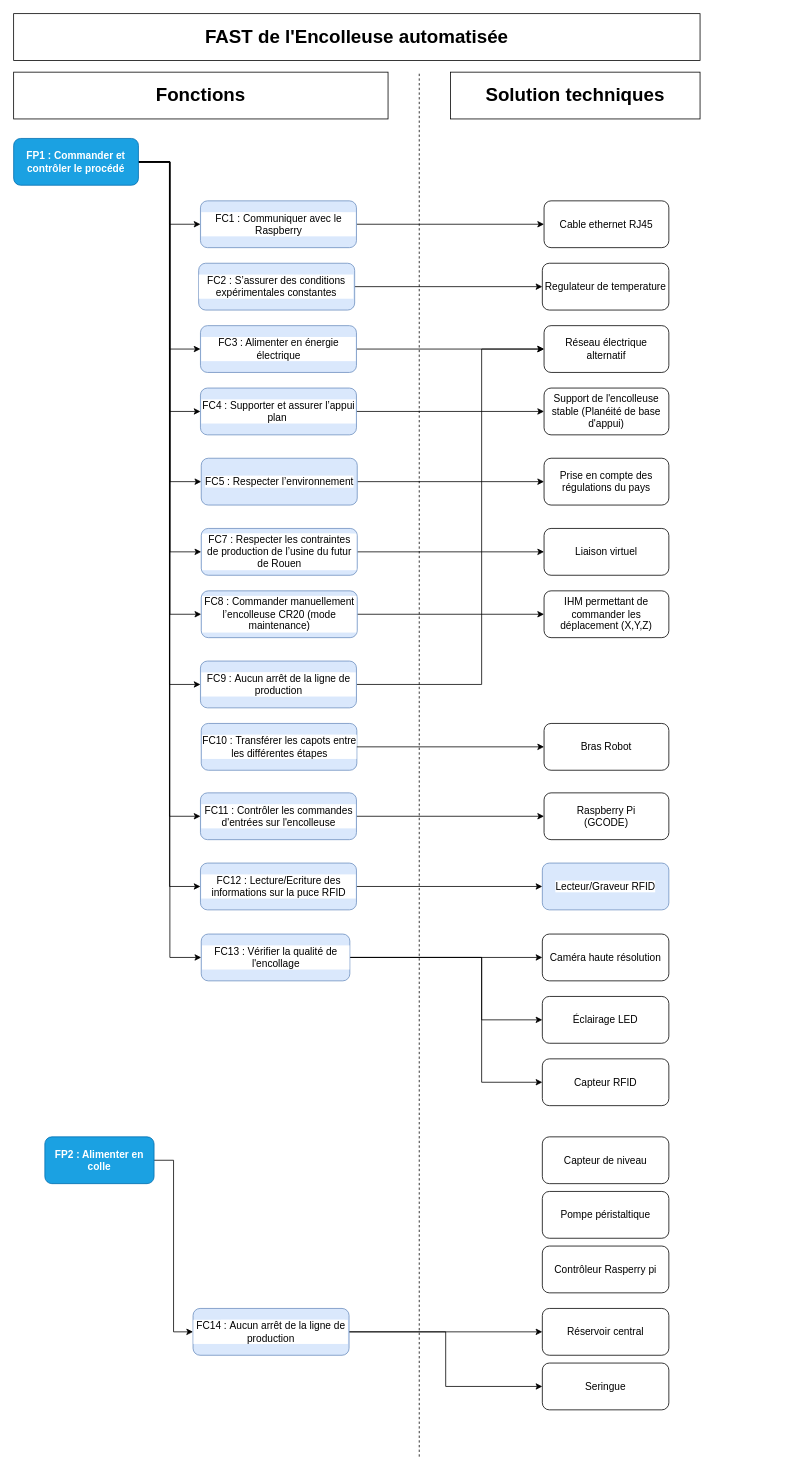
This is FAST DIAGRAM/Diagramme_FAST.drawio from CharifMah/Systemes_automatises, a draw.io file, before an edit. Source tidied: cells renumbered, new cells numbered last; positions are measured from the earlier drawing's top-left corner, leaving out a move shared by most shapes. Both pictures are drawn from the tidied source at 78%, with x=0, y=0 at pixel (13, 13).
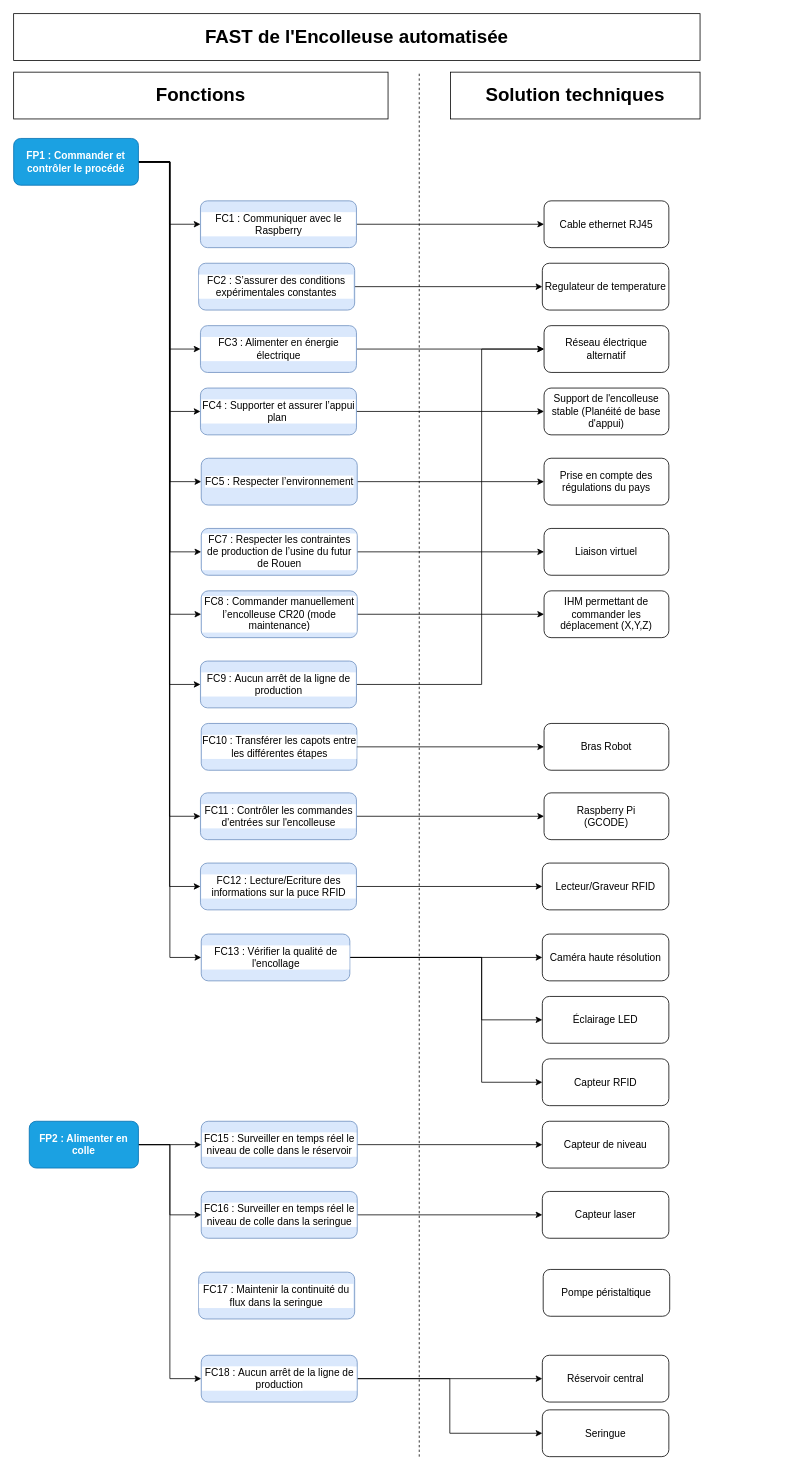
The same diagram, later.

Commit message (it also covers changes not shown here):
Mettre à jour Diagramme_FAST.drawio

The edit, as a diff of the source:
```diff
@@
     <mxCell id="21" value="Capteur de niveau" style="rounded=1;whiteSpace=wrap;html=1;fontFamily=Helvetica;fontSize=13;" parent="1" vertex="1">
-      <mxGeometry x="677.8" y="1440" width="162.2" height="60" as="geometry" />
+      <mxGeometry x="677.8" y="1420" width="162.2" height="60" as="geometry" />
     </mxCell>
@@
     <mxCell id="24" value="Réservoir central" style="rounded=1;whiteSpace=wrap;html=1;fontFamily=Helvetica;fontSize=13;" parent="1" vertex="1">
-      <mxGeometry x="677.8" y="1660" width="162.2" height="60" as="geometry" />
+      <mxGeometry x="677.8" y="1720" width="162.2" height="60" as="geometry" />
     </mxCell>
     <mxCell id="25" value="Pompe péristaltique" style="rounded=1;whiteSpace=wrap;html=1;fontFamily=Helvetica;fontSize=13;" parent="1" vertex="1">
-      <mxGeometry x="677.8" y="1510" width="162.2" height="60" as="geometry" />
+      <mxGeometry x="678.9" y="1610" width="162.2" height="60" as="geometry" />
     </mxCell>
-    <mxCell id="26" value="Contrôleur Rasperry pi" style="rounded=1;whiteSpace=wrap;html=1;fontFamily=Helvetica;fontSize=13;" parent="1" vertex="1">
-      <mxGeometry x="677.8" y="1580" width="162.2" height="60" as="geometry" />
-    </mxCell>
@@
+    <mxCell id="67" style="edgeStyle=orthogonalEdgeStyle;rounded=0;jettySize=auto;html=1;entryX=0;entryY=0.5;entryDx=0;entryDy=0;" parent="1" edge="1" source="34" target="70">
+      <mxGeometry relative="1" as="geometry" />
+    </mxCell>
+    <mxCell id="68" style="edgeStyle=orthogonalEdgeStyle;rounded=0;jettySize=auto;html=1;entryX=0;entryY=0.5;entryDx=0;entryDy=0;" parent="1" edge="1" source="34" target="73">
+      <mxGeometry relative="1" as="geometry" />
+    </mxCell>
-    <mxCell id="33" style="edgeStyle=orthogonalEdgeStyle;rounded=0;jettySize=auto;html=1;entryX=0;entryY=0.5;entryDx=0;entryDy=0;fontSize=13;" parent="1" edge="1" source="34" target="59">
+    <mxCell id="33" style="edgeStyle=orthogonalEdgeStyle;rounded=0;jettySize=auto;html=1;entryX=0;entryY=0.5;entryDx=0;entryDy=0;" parent="1" edge="1" source="34" target="59">
       <mxGeometry relative="1" as="geometry" />
     </mxCell>
     <mxCell id="34" value="&lt;span&gt;&lt;font style=&quot;color: rgb(255, 255, 255);&quot;&gt;FP2 : Alimenter en colle&lt;/font&gt;&lt;/span&gt;" style="rounded=1;whiteSpace=wrap;html=1;fillColor=#1ba1e2;fontColor=#ffffff;strokeColor=#006EAF;fontFamily=Helvetica;fontSize=13;fontStyle=1;" parent="1" vertex="1">
-      <mxGeometry x="40" y="1440" width="140" height="60" as="geometry" />
+      <mxGeometry x="20" y="1420" width="140" height="60" as="geometry" />
     </mxCell>
@@
-    <mxCell id="59" value="&lt;div&gt;&lt;font&gt;FC14&lt;/font&gt;&lt;span style=&quot;color: light-dark(rgb(0, 0, 0), rgb(255, 255, 255)); background-color: light-dark(#ffffff, var(--ge-dark-color, #121212));&quot;&gt;&amp;nbsp;:&amp;nbsp;&lt;/span&gt;&lt;span style=&quot;color: light-dark(rgb(0, 0, 0), rgb(255, 255, 255)); background-color: light-dark(#ffffff, var(--ge-dark-color, #121212));&quot;&gt;Aucun arrêt de la ligne de production&lt;/span&gt;&lt;/div&gt;" style="rounded=1;whiteSpace=wrap;html=1;labelBackgroundColor=default;labelBorderColor=none;textShadow=0;fillColor=#dae8fc;strokeColor=#6c8ebf;fontFamily=Helvetica;fontSize=13;" parent="1" vertex="1">
-      <mxGeometry x="230" y="1660" width="200" height="60" as="geometry" />
+    <mxCell id="59" value="&lt;div&gt;&lt;font&gt;FC18&lt;/font&gt;&lt;span style=&quot;color: light-dark(rgb(0, 0, 0), rgb(255, 255, 255)); background-color: light-dark(#ffffff, var(--ge-dark-color, #121212));&quot;&gt;&amp;nbsp;:&amp;nbsp;&lt;/span&gt;&lt;span style=&quot;color: light-dark(rgb(0, 0, 0), rgb(255, 255, 255)); background-color: light-dark(#ffffff, var(--ge-dark-color, #121212));&quot;&gt;Aucun arrêt de la ligne de production&lt;/span&gt;&lt;/div&gt;" style="rounded=1;whiteSpace=wrap;html=1;labelBackgroundColor=default;labelBorderColor=none;textShadow=0;fillColor=#dae8fc;strokeColor=#6c8ebf;fontFamily=Helvetica;fontSize=13;" parent="1" vertex="1">
+      <mxGeometry x="240.5" y="1720" width="200" height="60" as="geometry" />
     </mxCell>
     <mxCell id="60" value="Seringue" style="rounded=1;whiteSpace=wrap;html=1;fontFamily=Helvetica;fontSize=13;" parent="1" vertex="1">
-      <mxGeometry x="677.8" y="1730" width="162.2" height="60" as="geometry" />
+      <mxGeometry x="677.8" y="1790" width="162.2" height="60" as="geometry" />
     </mxCell>
@@
-    <mxCell id="66" value="&lt;span&gt;Lecteur/Graveur RFID&lt;/span&gt;" style="rounded=1;whiteSpace=wrap;html=1;labelBackgroundColor=default;labelBorderColor=none;textShadow=0;fillColor=#dae8fc;strokeColor=#6c8ebf;fontFamily=Helvetica;fontSize=13;fontStyle=0;" parent="1" vertex="1">
+    <mxCell id="66" value="Lecteur/Graveur RFID" style="rounded=1;whiteSpace=wrap;html=1;labelBackgroundColor=default;labelBorderColor=none;textShadow=0;fontFamily=Helvetica;fontSize=13;fontStyle=0;" parent="1" vertex="1">
       <mxGeometry x="677.8" y="1089" width="162.2" height="60" as="geometry" />
     </mxCell>
+    <mxCell id="69" style="edgeStyle=orthogonalEdgeStyle;rounded=0;jettySize=auto;html=1;entryX=0;entryY=0.5;entryDx=0;entryDy=0;" parent="1" edge="1" source="70" target="21">
+      <mxGeometry relative="1" as="geometry" />
+    </mxCell>
+    <mxCell id="70" value="&lt;div&gt;&lt;font&gt;FC15&lt;/font&gt;&lt;span style=&quot;color: light-dark(rgb(0, 0, 0), rgb(255, 255, 255)); background-color: light-dark(#ffffff, var(--ge-dark-color, #121212));&quot;&gt;&amp;nbsp;:&amp;nbsp;&lt;/span&gt;&lt;span style=&quot;color: light-dark(rgb(0, 0, 0), rgb(255, 255, 255)); background-color: light-dark(#ffffff, var(--ge-dark-color, #121212));&quot;&gt;Surveiller en temps réel le niveau de colle dans le réservoir&lt;/span&gt;&lt;/div&gt;" style="rounded=1;whiteSpace=wrap;html=1;labelBackgroundColor=default;labelBorderColor=none;textShadow=0;fillColor=#dae8fc;strokeColor=#6c8ebf;fontFamily=Helvetica;fontSize=13;" parent="1" vertex="1">
+      <mxGeometry x="240.5" y="1420" width="200" height="60" as="geometry" />
+    </mxCell>
+    <mxCell id="71" value="Capteur laser" style="rounded=1;whiteSpace=wrap;html=1;fontFamily=Helvetica;fontSize=13;" parent="1" vertex="1">
+      <mxGeometry x="677.8" y="1510" width="162.2" height="60" as="geometry" />
+    </mxCell>
+    <mxCell id="72" style="edgeStyle=orthogonalEdgeStyle;rounded=0;jettySize=auto;html=1;" parent="1" edge="1" source="73" target="71">
+      <mxGeometry relative="1" as="geometry" />
+    </mxCell>
+    <mxCell id="73" value="&lt;div&gt;&lt;font&gt;FC16&lt;/font&gt;&lt;span style=&quot;color: light-dark(rgb(0, 0, 0), rgb(255, 255, 255)); background-color: light-dark(#ffffff, var(--ge-dark-color, #121212));&quot;&gt;&amp;nbsp;:&amp;nbsp;&lt;/span&gt;&lt;span style=&quot;color: light-dark(rgb(0, 0, 0), rgb(255, 255, 255)); background-color: light-dark(#ffffff, var(--ge-dark-color, #121212));&quot;&gt;Surveiller en temps réel le niveau de colle dans la seringue&lt;/span&gt;&lt;/div&gt;" style="rounded=1;whiteSpace=wrap;html=1;labelBackgroundColor=default;labelBorderColor=none;textShadow=0;fillColor=#dae8fc;strokeColor=#6c8ebf;fontFamily=Helvetica;fontSize=13;" parent="1" vertex="1">
+      <mxGeometry x="240.5" y="1510" width="200" height="60" as="geometry" />
+    </mxCell>
+    <mxCell id="74" value="&lt;div&gt;&lt;font&gt;FC17&lt;/font&gt;&lt;span style=&quot;color: light-dark(rgb(0, 0, 0), rgb(255, 255, 255)); background-color: light-dark(#ffffff, var(--ge-dark-color, #121212));&quot;&gt;&amp;nbsp;: Maintenir la continuité du flux dans la seringue&lt;/span&gt;&lt;/div&gt;" style="rounded=1;whiteSpace=wrap;html=1;labelBackgroundColor=default;labelBorderColor=none;textShadow=0;fillColor=#dae8fc;strokeColor=#6c8ebf;fontFamily=Helvetica;fontSize=13;" parent="1" vertex="1">
+      <mxGeometry x="237.2" y="1613.5" width="200" height="60" as="geometry" />
+    </mxCell>
```
